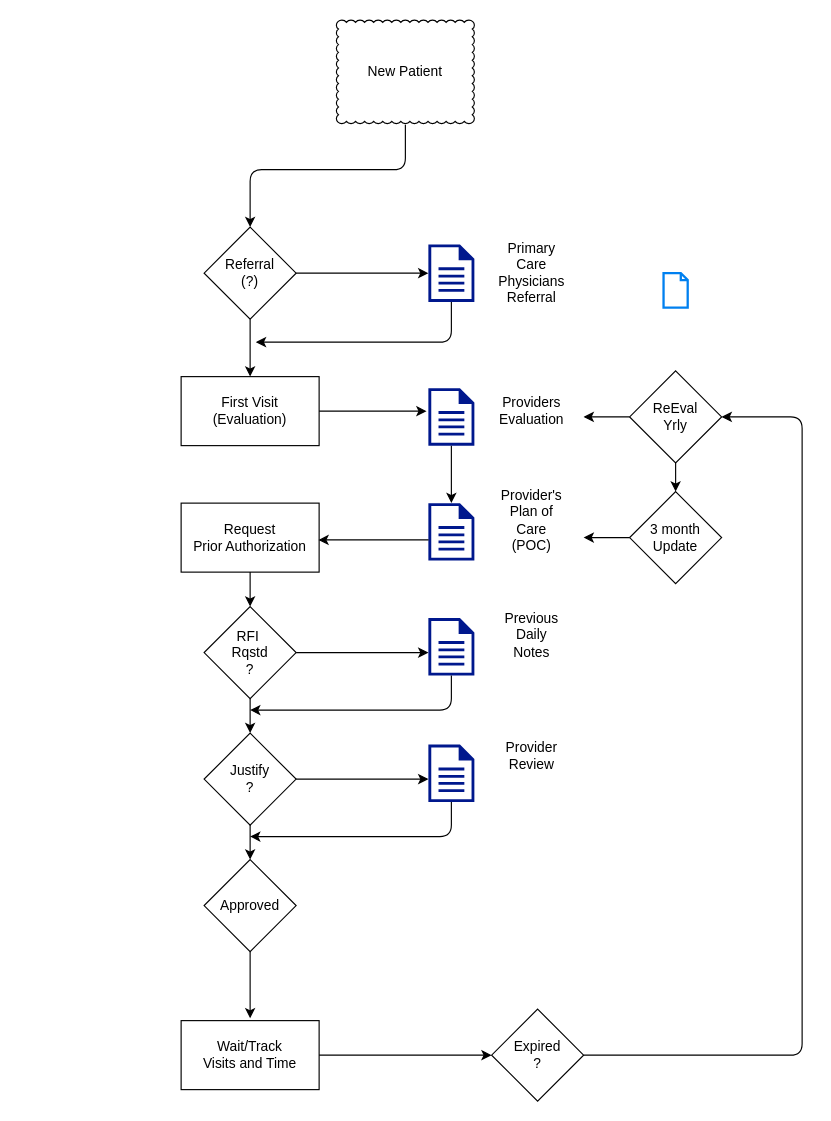
This is public/Untitled Diagram.drawio from cashmy/pa_tracker, a draw.io file, before an edit. Source tidied: cells renumbered, new cells numbered last; positions are measured from the earlier drawing's top-left corner, leaving out a move shared by most shapes. Both pictures are drawn from the tidied source at 115%, with x=0, y=0 at pixel (181, 20).
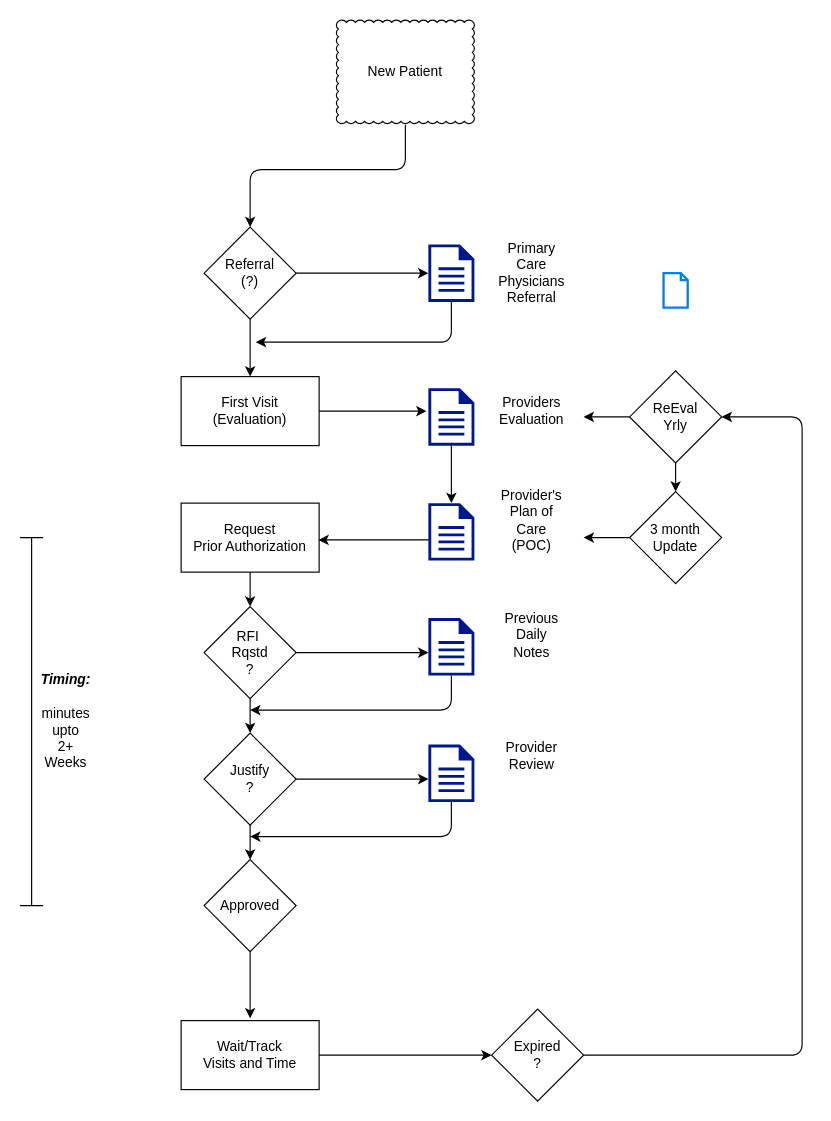
After the change.

Commit message:
Adding Timing Reference

What changed in the source:
```diff
@@
+    <mxCell id="44" style="shape=crossbar;whiteSpace=wrap;html=1;rounded=1;direction=south;" parent="1" vertex="1">
+      <mxGeometry x="-140" y="450" width="20" height="320" as="geometry" />
+    </mxCell>
+    <mxCell id="45" value="&lt;b&gt;&lt;i&gt;Timing:&lt;br&gt;&lt;/i&gt;&lt;/b&gt;&lt;br&gt;minutes&lt;br&gt;upto&lt;br&gt;2+&lt;br&gt;Weeks" style="text;html=1;strokeColor=none;fillColor=none;align=center;verticalAlign=middle;whiteSpace=wrap;rounded=0;" parent="1" vertex="1">
+      <mxGeometry x="-120" y="545" width="40" height="130" as="geometry" />
+    </mxCell>
```
